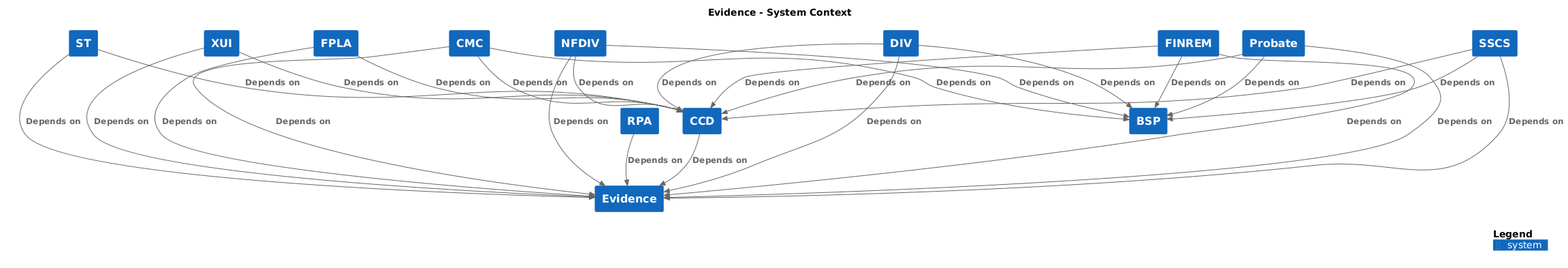
Before: docs/c4/evidence/images/structurizr-evidence-context.png, a diagram exported from PlantUML (hmcts/cnp-api-docs). Its diagram source:
```plantuml
@startuml
set separator none
title Evidence - System Context

top to bottom direction

!include <C4/C4>
!include <C4/C4_Context>

System(FPLA, "FPLA", $descr="", $tags="", $link="")
System(NFDIV, "NFDIV", $descr="", $tags="", $link="")
System(ST, "ST", $descr="", $tags="", $link="")
System(CCD, "CCD", $descr="", $tags="", $link="")
System(Evidence, "Evidence", $descr="", $tags="", $link="")
System(BSP, "BSP", $descr="", $tags="", $link="")
System(XUI, "XUI", $descr="", $tags="", $link="")
System(RPA, "RPA", $descr="", $tags="", $link="")
System(CMC, "CMC", $descr="", $tags="", $link="")
System(DIV, "DIV", $descr="", $tags="", $link="")
System(FINREM, "FINREM", $descr="", $tags="", $link="")
System(Probate, "Probate", $descr="", $tags="", $link="")
System(SSCS, "SSCS", $descr="", $tags="", $link="")

Rel(CCD, Evidence, "Depends on", $techn="", $tags="", $link="")
Rel(XUI, Evidence, "Depends on", $techn="", $tags="", $link="")
Rel(XUI, CCD, "Depends on", $techn="", $tags="", $link="")
Rel(RPA, Evidence, "Depends on", $techn="", $tags="", $link="")
Rel(CMC, CCD, "Depends on", $techn="", $tags="", $link="")
Rel(CMC, Evidence, "Depends on", $techn="", $tags="", $link="")
Rel(CMC, BSP, "Depends on", $techn="", $tags="", $link="")
Rel(DIV, Evidence, "Depends on", $techn="", $tags="", $link="")
Rel(DIV, CCD, "Depends on", $techn="", $tags="", $link="")
Rel(DIV, BSP, "Depends on", $techn="", $tags="", $link="")
Rel(FINREM, CCD, "Depends on", $techn="", $tags="", $link="")
Rel(FINREM, BSP, "Depends on", $techn="", $tags="", $link="")
Rel(FINREM, Evidence, "Depends on", $techn="", $tags="", $link="")
Rel(Probate, CCD, "Depends on", $techn="", $tags="", $link="")
Rel(Probate, Evidence, "Depends on", $techn="", $tags="", $link="")
Rel(Probate, BSP, "Depends on", $techn="", $tags="", $link="")
Rel(SSCS, CCD, "Depends on", $techn="", $tags="", $link="")
Rel(SSCS, Evidence, "Depends on", $techn="", $tags="", $link="")
Rel(SSCS, BSP, "Depends on", $techn="", $tags="", $link="")
Rel(FPLA, Evidence, "Depends on", $techn="", $tags="", $link="")
Rel(FPLA, CCD, "Depends on", $techn="", $tags="", $link="")
Rel(NFDIV, CCD, "Depends on", $techn="", $tags="", $link="")
Rel(NFDIV, Evidence, "Depends on", $techn="", $tags="", $link="")
Rel(NFDIV, BSP, "Depends on", $techn="", $tags="", $link="")
Rel(ST, CCD, "Depends on", $techn="", $tags="", $link="")
Rel(ST, Evidence, "Depends on", $techn="", $tags="", $link="")

SHOW_DYNAMIC_LEGEND()
@enduml
```
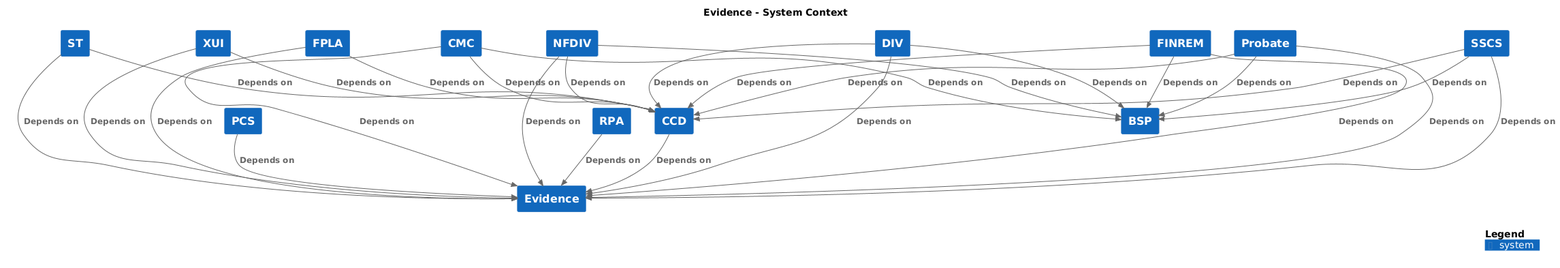
After the change.

The edit, as a diff of the source:
```diff
@@ -10,6 +10,7 @@
 System(FPLA, "FPLA", $descr="", $tags="", $link="")
 System(NFDIV, "NFDIV", $descr="", $tags="", $link="")
 System(ST, "ST", $descr="", $tags="", $link="")
+System(PCS, "PCS", $descr="", $tags="", $link="")
 System(CCD, "CCD", $descr="", $tags="", $link="")
 System(Evidence, "Evidence", $descr="", $tags="", $link="")
 System(BSP, "BSP", $descr="", $tags="", $link="")
@@ -47,6 +48,7 @@
 Rel(NFDIV, BSP, "Depends on", $techn="", $tags="", $link="")
 Rel(ST, CCD, "Depends on", $techn="", $tags="", $link="")
 Rel(ST, Evidence, "Depends on", $techn="", $tags="", $link="")
+Rel(PCS, Evidence, "Depends on", $techn="", $tags="", $link="")
 
 SHOW_DYNAMIC_LEGEND()
 @enduml
```
